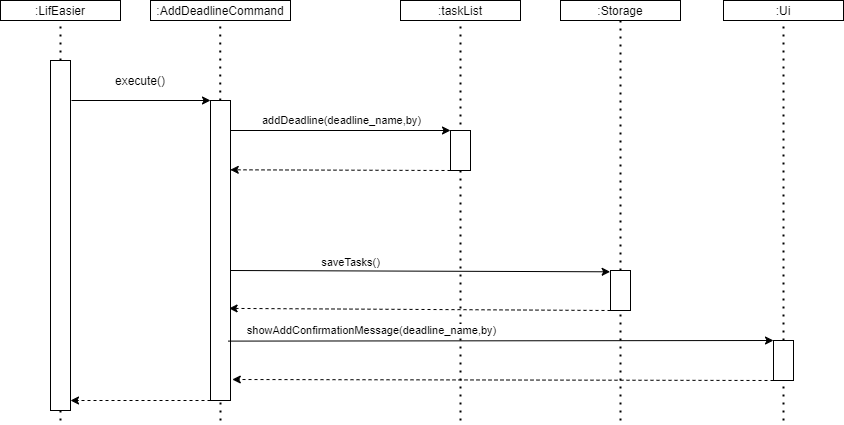
Above: docs/images/DeveloperGuide/Figure 4.1-1.png in skyaxe97/tp (draw.io), before the change. Source tidied: cells renumbered, new cells last; positions are measured from the earlier drawing's top-left corner, leaving out a move shared by most shapes. The source it was exported from:
```xml
<mxGraphModel>
  <root>
    <mxCell id="0" />
    <mxCell id="1" parent="0" />
    <mxCell id="2" style="endArrow=none;dashed=1;html=1;dashPattern=1 3;strokeWidth=2;" parent="1" edge="1">
      <mxGeometry relative="1" as="geometry">
        <mxPoint x="60" y="420" as="sourcePoint" />
        <mxPoint x="60" y="20" as="targetPoint" />
      </mxGeometry>
    </mxCell>
    <mxCell id="3" style="endArrow=classic;html=1;entryX=0;entryY=0;entryDx=0;entryDy=0;" parent="1" edge="1" target="9">
      <mxGeometry relative="1" as="geometry">
        <mxPoint x="71" y="100" as="sourcePoint" />
      </mxGeometry>
    </mxCell>
    <mxCell id="4" value=":LifEasier" style="rounded=0;whiteSpace=wrap;html=1;" parent="1" vertex="1">
      <mxGeometry width="120" height="20" as="geometry" />
    </mxCell>
    <mxCell id="5" value="execute()" style="text;html=1;strokeColor=none;fillColor=none;align=center;verticalAlign=middle;whiteSpace=wrap;rounded=0;" parent="1" vertex="1">
      <mxGeometry x="120" y="70" width="40" height="20" as="geometry" />
    </mxCell>
    <mxCell id="6" style="rounded=0;whiteSpace=wrap;html=1;" parent="1" vertex="1">
      <mxGeometry x="50" y="60" width="20" height="350" as="geometry" />
    </mxCell>
    <mxCell id="7" style="endArrow=none;dashed=1;html=1;dashPattern=1 3;strokeWidth=2;" parent="1" edge="1">
      <mxGeometry relative="1" as="geometry">
        <mxPoint x="220" y="420" as="sourcePoint" />
        <mxPoint x="219.7" y="20" as="targetPoint" />
      </mxGeometry>
    </mxCell>
    <mxCell id="8" value=":AddDeadlineCommand" style="rounded=0;whiteSpace=wrap;html=1;" parent="1" vertex="1">
      <mxGeometry x="150" width="140" height="20" as="geometry" />
    </mxCell>
    <mxCell id="9" style="rounded=0;whiteSpace=wrap;html=1;" parent="1" vertex="1">
      <mxGeometry x="210" y="100" width="20" height="300" as="geometry" />
    </mxCell>
    <mxCell id="10" value="addDeadline(deadline_name,by)" style="endArrow=classic;html=1;entryX=0;entryY=0;entryDx=0;entryDy=0;" parent="1" edge="1">
      <mxGeometry y="10" relative="1" as="geometry">
        <mxPoint x="230" y="130" as="sourcePoint" />
        <mxPoint x="450" y="130" as="targetPoint" />
      </mxGeometry>
    </mxCell>
    <mxCell id="11" value=":taskList" style="rounded=0;whiteSpace=wrap;html=1;" parent="1" vertex="1">
      <mxGeometry x="400" width="120" height="20" as="geometry" />
    </mxCell>
    <mxCell id="12" style="endArrow=none;dashed=1;html=1;dashPattern=1 3;strokeWidth=2;entryX=0.5;entryY=1;entryDx=0;entryDy=0;" parent="1" edge="1" target="11">
      <mxGeometry relative="1" as="geometry">
        <mxPoint x="460" y="420" as="sourcePoint" />
      </mxGeometry>
    </mxCell>
    <mxCell id="13" style="rounded=0;whiteSpace=wrap;html=1;" parent="1" vertex="1">
      <mxGeometry x="450" y="130" width="20" height="40" as="geometry" />
    </mxCell>
    <mxCell id="14" style="endArrow=classic;html=1;exitX=0;exitY=1;exitDx=0;exitDy=0;entryX=0.988;entryY=0.231;entryDx=0;entryDy=0;dashed=1;entryPerimeter=0;" parent="1" edge="1">
      <mxGeometry y="10" relative="1" as="geometry">
        <mxPoint x="450" y="170" as="sourcePoint" />
        <mxPoint x="229.8" y="169.3" as="targetPoint" />
      </mxGeometry>
    </mxCell>
    <mxCell id="15" style="endArrow=classic;html=1;exitX=1.017;exitY=0.799;exitDx=0;exitDy=0;exitPerimeter=0;" parent="1" edge="1">
      <mxGeometry relative="1" as="geometry">
        <mxPoint x="230" y="270" as="sourcePoint" />
        <mxPoint x="609.7" y="271.3" as="targetPoint" />
      </mxGeometry>
    </mxCell>
    <mxCell id="16" value="saveTasks()" style="edgeLabel;html=1;align=center;verticalAlign=middle;" parent="15" vertex="1">
      <mxGeometry x="-0.21" y="-1" relative="1" as="geometry">
        <mxPoint x="-29.5" y="-11.2" as="offset" />
      </mxGeometry>
    </mxCell>
    <mxCell id="17" value=":Storage" style="rounded=0;whiteSpace=wrap;html=1;" parent="1" vertex="1">
      <mxGeometry x="560" width="120" height="20" as="geometry" />
    </mxCell>
    <mxCell id="18" style="endArrow=none;dashed=1;html=1;dashPattern=1 3;strokeWidth=2;entryX=0.5;entryY=1;entryDx=0;entryDy=0;" parent="1" edge="1" source="24" target="17">
      <mxGeometry relative="1" as="geometry" />
    </mxCell>
    <mxCell id="19" style="endArrow=classic;html=1;exitX=0;exitY=1;exitDx=0;exitDy=0;dashed=1;entryX=0.93;entryY=0.693;entryDx=0;entryDy=0;entryPerimeter=0;" parent="1" edge="1" source="24" target="9">
      <mxGeometry y="10" relative="1" as="geometry" />
    </mxCell>
    <mxCell id="20" style="endArrow=classic;html=1;dashed=1;" parent="1" edge="1">
      <mxGeometry y="10" relative="1" as="geometry">
        <mxPoint x="210" y="400" as="sourcePoint" />
        <mxPoint x="70" y="400" as="targetPoint" />
      </mxGeometry>
    </mxCell>
    <mxCell id="21" value=":Ui" style="rounded=0;whiteSpace=wrap;html=1;" parent="1" vertex="1">
      <mxGeometry x="723" width="120" height="20" as="geometry" />
    </mxCell>
    <mxCell id="22" style="endArrow=none;dashed=1;html=1;dashPattern=1 3;strokeWidth=2;entryX=0.5;entryY=1;entryDx=0;entryDy=0;" parent="1" edge="1" target="21">
      <mxGeometry relative="1" as="geometry">
        <mxPoint x="783" y="420" as="sourcePoint" />
      </mxGeometry>
    </mxCell>
    <mxCell id="23" style="rounded=0;whiteSpace=wrap;html=1;" parent="1" vertex="1">
      <mxGeometry x="773" y="340" width="20" height="40" as="geometry" />
    </mxCell>
    <mxCell id="24" style="rounded=0;whiteSpace=wrap;html=1;" parent="1" vertex="1">
      <mxGeometry x="610" y="270" width="20" height="40" as="geometry" />
    </mxCell>
    <mxCell id="25" style="endArrow=none;dashed=1;html=1;dashPattern=1 3;strokeWidth=2;entryX=0.5;entryY=1;entryDx=0;entryDy=0;" parent="1" edge="1" target="24">
      <mxGeometry relative="1" as="geometry">
        <mxPoint x="620" y="420" as="sourcePoint" />
      </mxGeometry>
    </mxCell>
    <mxCell id="26" value="showAddConfirmationMessage(deadline_name,by)" style="endArrow=classic;html=1;exitX=0.89;exitY=0.802;exitDx=0;exitDy=0;exitPerimeter=0;entryX=0;entryY=0;entryDx=0;entryDy=0;" parent="1" edge="1" source="9" target="23">
      <mxGeometry x="-0.48" y="10" relative="1" as="geometry" />
    </mxCell>
    <mxCell id="27" style="endArrow=classic;html=1;exitX=0;exitY=1;exitDx=0;exitDy=0;dashed=1;entryX=1.09;entryY=0.93;entryDx=0;entryDy=0;entryPerimeter=0;" parent="1" edge="1" target="9">
      <mxGeometry y="10" relative="1" as="geometry">
        <mxPoint x="773" y="380" as="sourcePoint" />
      </mxGeometry>
    </mxCell>
  </root>
</mxGraphModel>
```
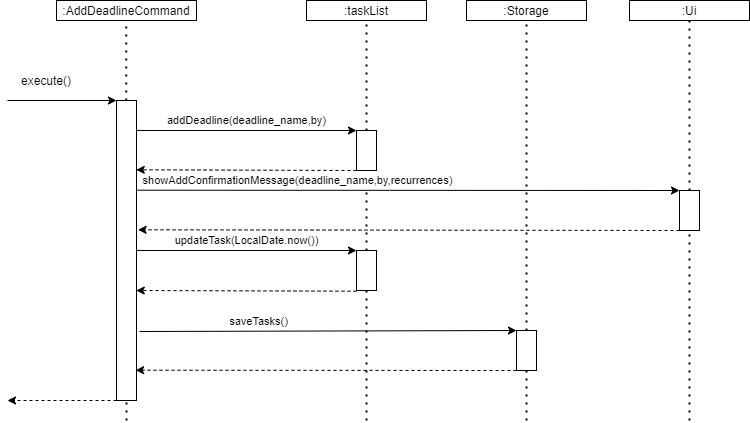
The same file after the commit.

What changed in the source:
```diff
@@ -2,26 +2,14 @@
   <root>
     <mxCell id="0" />
     <mxCell id="1" parent="0" />
-    <mxCell id="2" style="endArrow=none;dashed=1;html=1;dashPattern=1 3;strokeWidth=2;" parent="1" edge="1">
-      <mxGeometry relative="1" as="geometry">
-        <mxPoint x="60" y="420" as="sourcePoint" />
-        <mxPoint x="60" y="20" as="targetPoint" />
-      </mxGeometry>
-    </mxCell>
     <mxCell id="3" style="endArrow=classic;html=1;entryX=0;entryY=0;entryDx=0;entryDy=0;" parent="1" edge="1" target="9">
       <mxGeometry relative="1" as="geometry">
-        <mxPoint x="71" y="100" as="sourcePoint" />
+        <mxPoint x="101" y="100" as="sourcePoint" />
       </mxGeometry>
     </mxCell>
-    <mxCell id="4" value=":LifEasier" style="rounded=0;whiteSpace=wrap;html=1;" parent="1" vertex="1">
-      <mxGeometry width="120" height="20" as="geometry" />
-    </mxCell>
     <mxCell id="5" value="execute()" style="text;html=1;strokeColor=none;fillColor=none;align=center;verticalAlign=middle;whiteSpace=wrap;rounded=0;" parent="1" vertex="1">
       <mxGeometry x="120" y="70" width="40" height="20" as="geometry" />
     </mxCell>
-    <mxCell id="6" style="rounded=0;whiteSpace=wrap;html=1;" parent="1" vertex="1">
-      <mxGeometry x="50" y="60" width="20" height="350" as="geometry" />
-    </mxCell>
     <mxCell id="7" style="endArrow=none;dashed=1;html=1;dashPattern=1 3;strokeWidth=2;" parent="1" edge="1">
       <mxGeometry relative="1" as="geometry">
         <mxPoint x="220" y="420" as="sourcePoint" />
@@ -43,10 +31,8 @@
     <mxCell id="11" value=":taskList" style="rounded=0;whiteSpace=wrap;html=1;" parent="1" vertex="1">
       <mxGeometry x="400" width="120" height="20" as="geometry" />
     </mxCell>
-    <mxCell id="12" style="endArrow=none;dashed=1;html=1;dashPattern=1 3;strokeWidth=2;entryX=0.5;entryY=1;entryDx=0;entryDy=0;" parent="1" edge="1" target="11">
-      <mxGeometry relative="1" as="geometry">
-        <mxPoint x="460" y="420" as="sourcePoint" />
-      </mxGeometry>
+    <mxCell id="12" style="endArrow=none;dashed=1;html=1;dashPattern=1 3;strokeWidth=2;entryX=0.5;entryY=1;entryDx=0;entryDy=0;" parent="1" edge="1" source="29" target="11">
+      <mxGeometry relative="1" as="geometry" />
     </mxCell>
     <mxCell id="13" style="rounded=0;whiteSpace=wrap;html=1;" parent="1" vertex="1">
       <mxGeometry x="450" y="130" width="20" height="40" as="geometry" />
@@ -57,11 +43,8 @@
         <mxPoint x="229.8" y="169.3" as="targetPoint" />
       </mxGeometry>
     </mxCell>
-    <mxCell id="15" style="endArrow=classic;html=1;exitX=1.017;exitY=0.799;exitDx=0;exitDy=0;exitPerimeter=0;" parent="1" edge="1">
-      <mxGeometry relative="1" as="geometry">
-        <mxPoint x="230" y="270" as="sourcePoint" />
-        <mxPoint x="609.7" y="271.3" as="targetPoint" />
-      </mxGeometry>
+    <mxCell id="15" style="endArrow=classic;html=1;exitX=1.15;exitY=0.77;exitDx=0;exitDy=0;entryX=0;entryY=0;entryDx=0;entryDy=0;exitPerimeter=0;" parent="1" edge="1" source="9" target="24">
+      <mxGeometry relative="1" as="geometry" />
     </mxCell>
     <mxCell id="16" value="saveTasks()" style="edgeLabel;html=1;align=center;verticalAlign=middle;" parent="15" vertex="1">
       <mxGeometry x="-0.21" y="-1" relative="1" as="geometry">
@@ -74,41 +57,62 @@
     <mxCell id="18" style="endArrow=none;dashed=1;html=1;dashPattern=1 3;strokeWidth=2;entryX=0.5;entryY=1;entryDx=0;entryDy=0;" parent="1" edge="1" source="24" target="17">
       <mxGeometry relative="1" as="geometry" />
     </mxCell>
-    <mxCell id="19" style="endArrow=classic;html=1;exitX=0;exitY=1;exitDx=0;exitDy=0;dashed=1;entryX=0.93;entryY=0.693;entryDx=0;entryDy=0;entryPerimeter=0;" parent="1" edge="1" source="24" target="9">
+    <mxCell id="19" style="endArrow=classic;html=1;exitX=0;exitY=1;exitDx=0;exitDy=0;dashed=1;entryX=0.956;entryY=0.899;entryDx=0;entryDy=0;entryPerimeter=0;" parent="1" edge="1" source="24" target="9">
       <mxGeometry y="10" relative="1" as="geometry" />
     </mxCell>
     <mxCell id="20" style="endArrow=classic;html=1;dashed=1;" parent="1" edge="1">
       <mxGeometry y="10" relative="1" as="geometry">
         <mxPoint x="210" y="400" as="sourcePoint" />
-        <mxPoint x="70" y="400" as="targetPoint" />
+        <mxPoint x="101" y="400" as="targetPoint" />
       </mxGeometry>
     </mxCell>
     <mxCell id="21" value=":Ui" style="rounded=0;whiteSpace=wrap;html=1;" parent="1" vertex="1">
       <mxGeometry x="723" width="120" height="20" as="geometry" />
     </mxCell>
-    <mxCell id="22" style="endArrow=none;dashed=1;html=1;dashPattern=1 3;strokeWidth=2;entryX=0.5;entryY=1;entryDx=0;entryDy=0;" parent="1" edge="1" target="21">
-      <mxGeometry relative="1" as="geometry">
-        <mxPoint x="783" y="420" as="sourcePoint" />
-      </mxGeometry>
+    <mxCell id="22" style="endArrow=none;dashed=1;html=1;dashPattern=1 3;strokeWidth=2;entryX=0.5;entryY=1;entryDx=0;entryDy=0;" parent="1" edge="1" source="23" target="21">
+      <mxGeometry relative="1" as="geometry" />
     </mxCell>
-    <mxCell id="23" style="rounded=0;whiteSpace=wrap;html=1;" parent="1" vertex="1">
-      <mxGeometry x="773" y="340" width="20" height="40" as="geometry" />
-    </mxCell>
     <mxCell id="24" style="rounded=0;whiteSpace=wrap;html=1;" parent="1" vertex="1">
-      <mxGeometry x="610" y="270" width="20" height="40" as="geometry" />
+      <mxGeometry x="610" y="330" width="20" height="40" as="geometry" />
     </mxCell>
     <mxCell id="25" style="endArrow=none;dashed=1;html=1;dashPattern=1 3;strokeWidth=2;entryX=0.5;entryY=1;entryDx=0;entryDy=0;" parent="1" edge="1" target="24">
       <mxGeometry relative="1" as="geometry">
         <mxPoint x="620" y="420" as="sourcePoint" />
       </mxGeometry>
     </mxCell>
-    <mxCell id="26" value="showAddConfirmationMessage(deadline_name,by)" style="endArrow=classic;html=1;exitX=0.89;exitY=0.802;exitDx=0;exitDy=0;exitPerimeter=0;entryX=0;entryY=0;entryDx=0;entryDy=0;" parent="1" edge="1" source="9" target="23">
-      <mxGeometry x="-0.48" y="10" relative="1" as="geometry" />
+    <mxCell id="26" value="showAddConfirmationMessage(deadline_name,by,recurrences)" style="endArrow=classic;html=1;exitX=1.05;exitY=0.299;exitDx=0;exitDy=0;entryX=0;entryY=0;entryDx=0;entryDy=0;exitPerimeter=0;" parent="1" edge="1" source="9" target="23">
+      <mxGeometry x="-0.41" y="10" relative="1" as="geometry" />
     </mxCell>
-    <mxCell id="27" style="endArrow=classic;html=1;exitX=0;exitY=1;exitDx=0;exitDy=0;dashed=1;entryX=1.09;entryY=0.93;entryDx=0;entryDy=0;entryPerimeter=0;" parent="1" edge="1" target="9">
-      <mxGeometry y="10" relative="1" as="geometry">
-        <mxPoint x="773" y="380" as="sourcePoint" />
-      </mxGeometry>
+    <mxCell id="27" style="endArrow=classic;html=1;exitX=0;exitY=1;exitDx=0;exitDy=0;dashed=1;entryX=1.078;entryY=0.431;entryDx=0;entryDy=0;entryPerimeter=0;" parent="1" edge="1" source="23" target="9">
+      <mxGeometry y="10" relative="1" as="geometry" />
     </mxCell>
+    <mxCell id="23" style="rounded=0;whiteSpace=wrap;html=1;" parent="1" vertex="1">
+      <mxGeometry x="773" y="190" width="20" height="40" as="geometry" />
+    </mxCell>
+    <mxCell id="28" style="endArrow=none;dashed=1;html=1;dashPattern=1 3;strokeWidth=2;entryX=0.5;entryY=1;entryDx=0;entryDy=0;" parent="1" edge="1" target="23">
+      <mxGeometry relative="1" as="geometry">
+        <mxPoint x="783" y="420" as="sourcePoint" />
+      </mxGeometry>
+    </mxCell>
+    <mxCell id="29" style="rounded=0;whiteSpace=wrap;html=1;" parent="1" vertex="1">
+      <mxGeometry x="450" y="250" width="20" height="40" as="geometry" />
+    </mxCell>
+    <mxCell id="30" style="endArrow=none;dashed=1;html=1;dashPattern=1 3;strokeWidth=2;entryX=0.5;entryY=1;entryDx=0;entryDy=0;" parent="1" edge="1" target="29">
+      <mxGeometry relative="1" as="geometry">
+        <mxPoint x="460" y="420" as="sourcePoint" />
+      </mxGeometry>
+    </mxCell>
+    <mxCell id="31" value="updateTask(LocalDate.now())" style="endArrow=classic;html=1;entryX=0;entryY=0;entryDx=0;entryDy=0;" parent="1" edge="1">
+      <mxGeometry y="10" relative="1" as="geometry">
+        <mxPoint x="230" y="250" as="sourcePoint" />
+        <mxPoint x="450" y="250" as="targetPoint" />
+      </mxGeometry>
+    </mxCell>
+    <mxCell id="32" style="endArrow=classic;html=1;exitX=0;exitY=1;exitDx=0;exitDy=0;entryX=0.988;entryY=0.231;entryDx=0;entryDy=0;dashed=1;entryPerimeter=0;" parent="1" edge="1">
+      <mxGeometry y="10" relative="1" as="geometry">
+        <mxPoint x="450" y="290.7" as="sourcePoint" />
+        <mxPoint x="229.8" y="290" as="targetPoint" />
+      </mxGeometry>
+    </mxCell>
   </root>
 </mxGraphModel>
```
